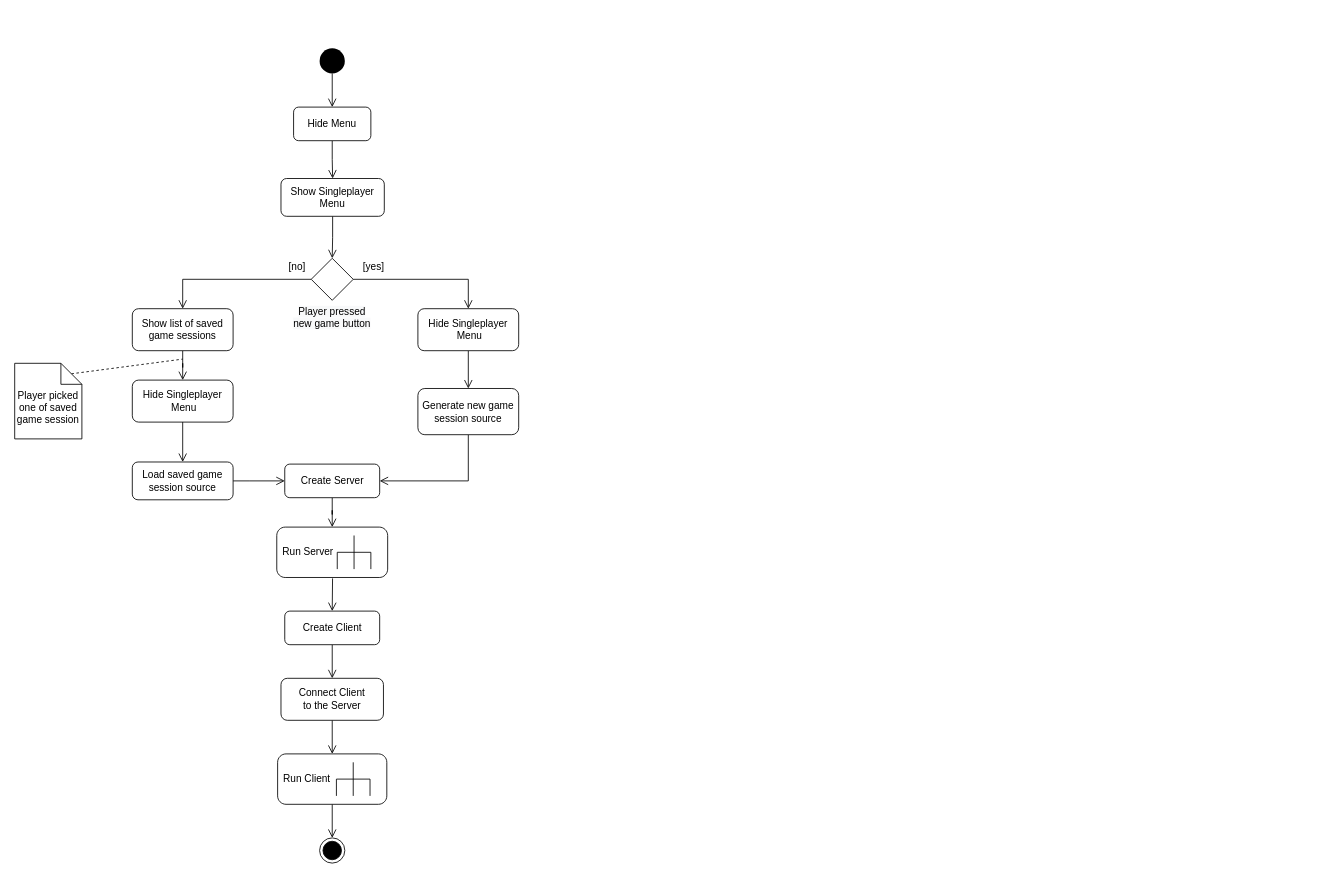
This is doc/activity_diagrams/singleplayer/start_game.drawio from TadekBiela/heisttown, a draw.io file, before an edit. Source tidied: cells renumbered, new cells numbered last; positions are measured from the earlier drawing's top-left corner, leaving out a move shared by most shapes. Both pictures are drawn from the tidied source at 84%, with x=0, y=0 at pixel (14, 48).
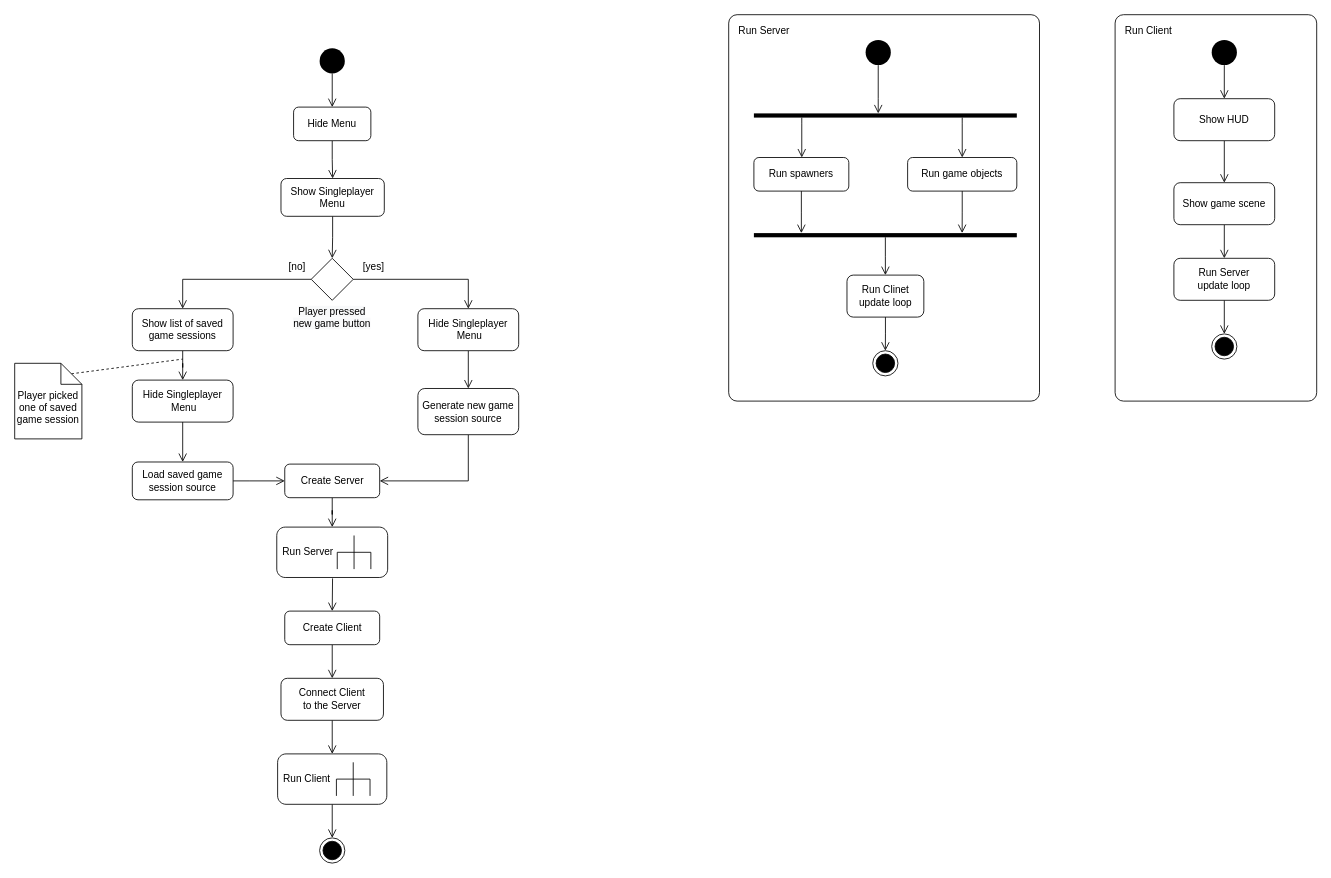
Above is the later version.

Commit message (it also covers changes not shown here):
Added Run Cliend and Run Server structured actions to the start game activity diagram

Change to the diagram source:
```diff
@@
+    <mxCell id="36" value="Run Client" style="rounded=1;absoluteArcSize=1;arcSize=20;html=1;verticalAlign=top;align=left;spacingTop=5;spacingLeft=10;fillColor=none;" parent="1" vertex="1">
+      <mxGeometry x="1310" y="-40" width="240" height="460" as="geometry" />
+    </mxCell>
+    <mxCell id="37" value="Run Server" style="rounded=1;absoluteArcSize=1;arcSize=20;html=1;verticalAlign=top;align=left;spacingTop=5;spacingLeft=10;fillColor=none;" parent="1" vertex="1">
+      <mxGeometry x="850" y="-40" width="370" height="460" as="geometry" />
+    </mxCell>
@@
+    <mxCell id="38" style="edgeStyle=orthogonalEdgeStyle;rounded=0;jettySize=auto;html=1;endSize=8;endArrow=open;endFill=0;" parent="1" edge="1" source="39" target="41">
+      <mxGeometry relative="1" as="geometry" />
+    </mxCell>
+    <mxCell id="39" style="ellipse;fillColor=#000000;strokeColor=none;" parent="1" vertex="1">
+      <mxGeometry x="1425" y="-10" width="30" height="30" as="geometry" />
+    </mxCell>
+    <mxCell id="40" style="edgeStyle=orthogonalEdgeStyle;rounded=0;jettySize=auto;html=1;entryX=0.5;entryY=0;entryDx=0;entryDy=0;endArrow=open;endFill=0;endSize=8;" parent="1" edge="1" source="41" target="56">
+      <mxGeometry relative="1" as="geometry" />
+    </mxCell>
+    <mxCell id="41" value="Show HUD" style="rounded=1;whiteSpace=wrap;html=1;strokeColor=#000000;strokeWidth=1;" parent="1" vertex="1">
+      <mxGeometry x="1380" y="60" width="120" height="50" as="geometry" />
+    </mxCell>
+    <mxCell id="42" style="edgeStyle=orthogonalEdgeStyle;rounded=0;jettySize=auto;html=1;endArrow=open;endFill=0;endSize=8;" parent="1" edge="1" source="43" target="52">
+      <mxGeometry relative="1" as="geometry">
+        <Array as="points">
+          <mxPoint x="937" y="195" />
+          <mxPoint x="937" y="195" />
+        </Array>
+      </mxGeometry>
+    </mxCell>
+    <mxCell id="43" value="Run spawners" style="rounded=1;whiteSpace=wrap;html=1;" parent="1" vertex="1">
+      <mxGeometry x="880" y="130" width="113" height="40" as="geometry" />
+    </mxCell>
+    <mxCell id="44" style="edgeStyle=orthogonalEdgeStyle;rounded=0;jettySize=auto;html=1;endArrow=open;endFill=0;endSize=8;" parent="1" edge="1" source="45" target="50">
+      <mxGeometry relative="1" as="geometry">
+        <Array as="points">
+          <mxPoint x="1028" y="60" />
+          <mxPoint x="1028" y="60" />
+        </Array>
+      </mxGeometry>
+    </mxCell>
+    <mxCell id="45" style="ellipse;fillColor=#000000;strokeColor=none;" parent="1" vertex="1">
+      <mxGeometry x="1013" y="-10" width="30" height="30" as="geometry" />
+    </mxCell>
+    <mxCell id="46" style="edgeStyle=orthogonalEdgeStyle;rounded=0;jettySize=auto;html=1;endArrow=open;endFill=0;endSize=8;entryX=-0.01;entryY=0.208;entryDx=0;entryDy=0;entryPerimeter=0;" parent="1" edge="1" source="47" target="52">
+      <mxGeometry relative="1" as="geometry" />
+    </mxCell>
+    <mxCell id="47" value="Run game objects" style="rounded=1;whiteSpace=wrap;html=1;" parent="1" vertex="1">
+      <mxGeometry x="1063" y="130" width="130" height="40" as="geometry" />
+    </mxCell>
+    <mxCell id="48" style="edgeStyle=orthogonalEdgeStyle;rounded=0;jettySize=auto;html=1;endArrow=open;endFill=0;endSize=8;" parent="1" edge="1" source="50">
+      <mxGeometry relative="1" as="geometry">
+        <mxPoint x="937" y="130" as="targetPoint" />
+        <Array as="points">
+          <mxPoint x="937" y="90" />
+          <mxPoint x="937" y="90" />
+        </Array>
+      </mxGeometry>
+    </mxCell>
+    <mxCell id="49" style="edgeStyle=orthogonalEdgeStyle;rounded=0;jettySize=auto;html=1;entryX=0.5;entryY=0;entryDx=0;entryDy=0;endArrow=open;endFill=0;endSize=8;" parent="1" edge="1" source="50" target="47">
+      <mxGeometry relative="1" as="geometry">
+        <Array as="points">
+          <mxPoint x="1128" y="90" />
+          <mxPoint x="1128" y="90" />
+        </Array>
+      </mxGeometry>
+    </mxCell>
+    <mxCell id="50" style="html=1;points=[];perimeter=orthogonalPerimeter;fillColor=#000000;strokeColor=none;direction=south;" parent="1" vertex="1">
+      <mxGeometry x="880" y="77.5" width="313" height="5" as="geometry" />
+    </mxCell>
+    <mxCell id="51" style="edgeStyle=orthogonalEdgeStyle;rounded=0;jettySize=auto;html=1;entryX=0.5;entryY=0;entryDx=0;entryDy=0;endArrow=open;endFill=0;endSize=8;" parent="1" edge="1" source="52" target="54">
+      <mxGeometry relative="1" as="geometry" />
+    </mxCell>
+    <mxCell id="52" style="html=1;points=[];perimeter=orthogonalPerimeter;fillColor=#000000;strokeColor=none;direction=south;" parent="1" vertex="1">
+      <mxGeometry x="880" y="220" width="313" height="5" as="geometry" />
+    </mxCell>
+    <mxCell id="53" style="edgeStyle=orthogonalEdgeStyle;rounded=0;jettySize=auto;html=1;entryX=0.5;entryY=0;entryDx=0;entryDy=0;endArrow=open;endFill=0;endSize=8;" parent="1" edge="1" source="54" target="59">
+      <mxGeometry relative="1" as="geometry" />
+    </mxCell>
+    <mxCell id="54" value="Run Clinet update loop" style="rounded=1;whiteSpace=wrap;html=1;" parent="1" vertex="1">
+      <mxGeometry x="990.8" y="270" width="91.5" height="50" as="geometry" />
+    </mxCell>
+    <mxCell id="55" style="edgeStyle=orthogonalEdgeStyle;rounded=0;jettySize=auto;html=1;entryX=0.5;entryY=0;entryDx=0;entryDy=0;endArrow=open;endFill=0;endSize=8;" parent="1" edge="1" source="56" target="58">
+      <mxGeometry relative="1" as="geometry" />
+    </mxCell>
+    <mxCell id="56" value="Show game scene" style="rounded=1;whiteSpace=wrap;html=1;strokeColor=#000000;strokeWidth=1;" parent="1" vertex="1">
+      <mxGeometry x="1380" y="160" width="120" height="50" as="geometry" />
+    </mxCell>
+    <mxCell id="57" style="edgeStyle=orthogonalEdgeStyle;rounded=0;jettySize=auto;html=1;entryX=0.5;entryY=0;entryDx=0;entryDy=0;endArrow=open;endFill=0;endSize=8;" parent="1" edge="1" source="58" target="60">
+      <mxGeometry relative="1" as="geometry" />
+    </mxCell>
+    <mxCell id="58" value="Run Server &lt;br&gt;update loop" style="rounded=1;whiteSpace=wrap;html=1;strokeColor=#000000;strokeWidth=1;" parent="1" vertex="1">
+      <mxGeometry x="1380" y="250" width="120" height="50" as="geometry" />
+    </mxCell>
+    <mxCell id="59" style="ellipse;html=1;shape=endState;fillColor=#000000;strokeColor=#000000;" parent="1" vertex="1">
+      <mxGeometry x="1021.5" y="360" width="30" height="30" as="geometry" />
+    </mxCell>
+    <mxCell id="60" style="ellipse;html=1;shape=endState;fillColor=#000000;strokeColor=#000000;" parent="1" vertex="1">
+      <mxGeometry x="1425" y="340" width="30" height="30" as="geometry" />
+    </mxCell>
```
